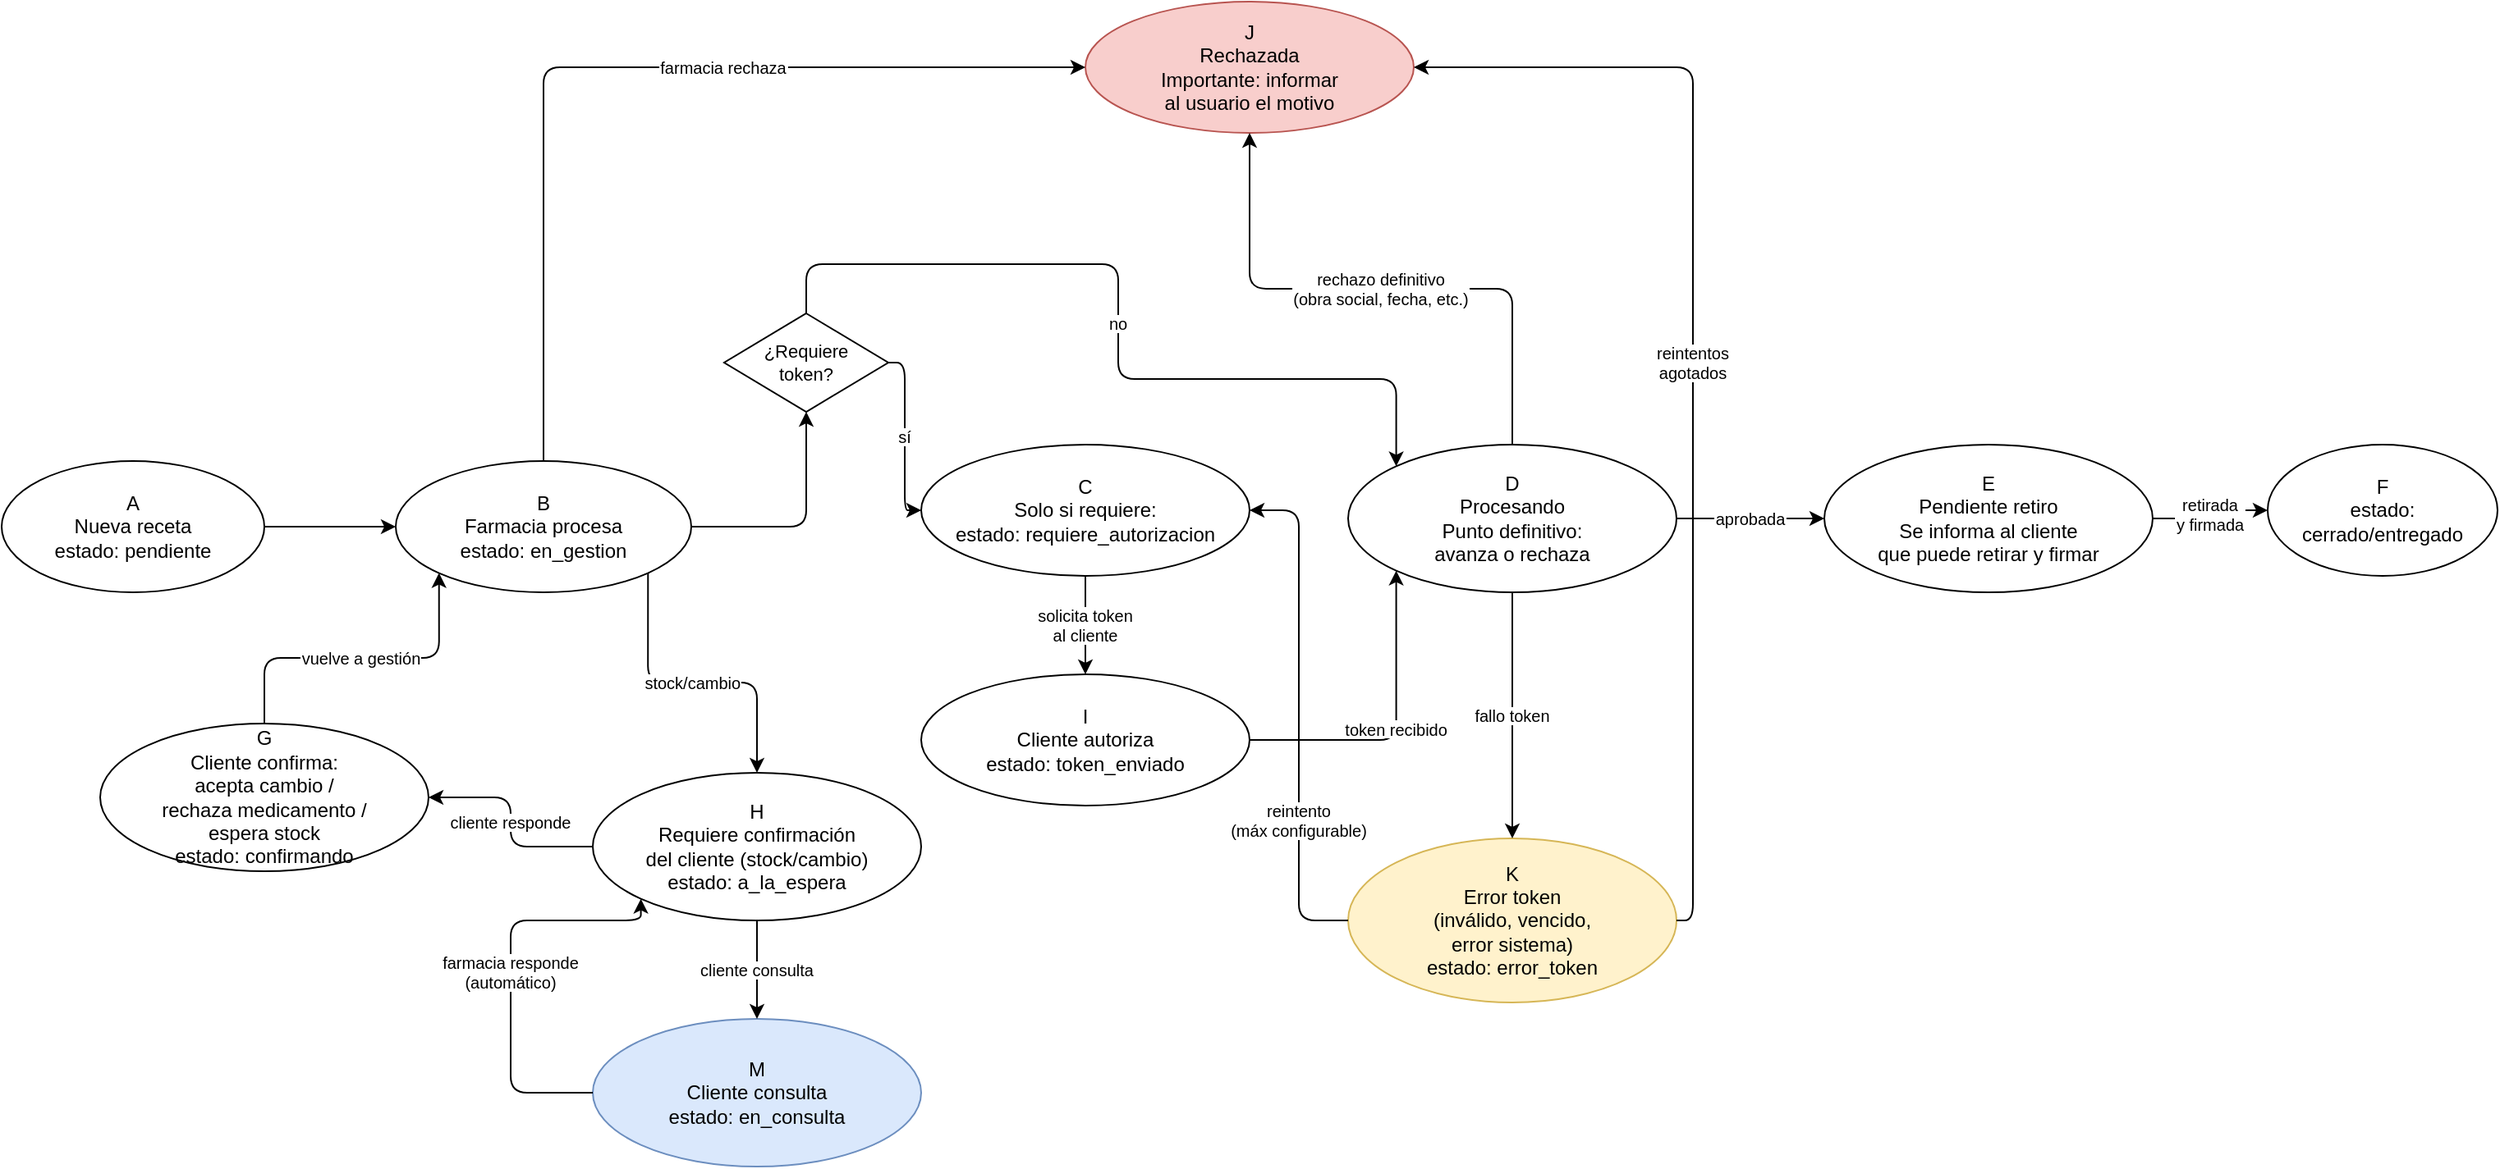
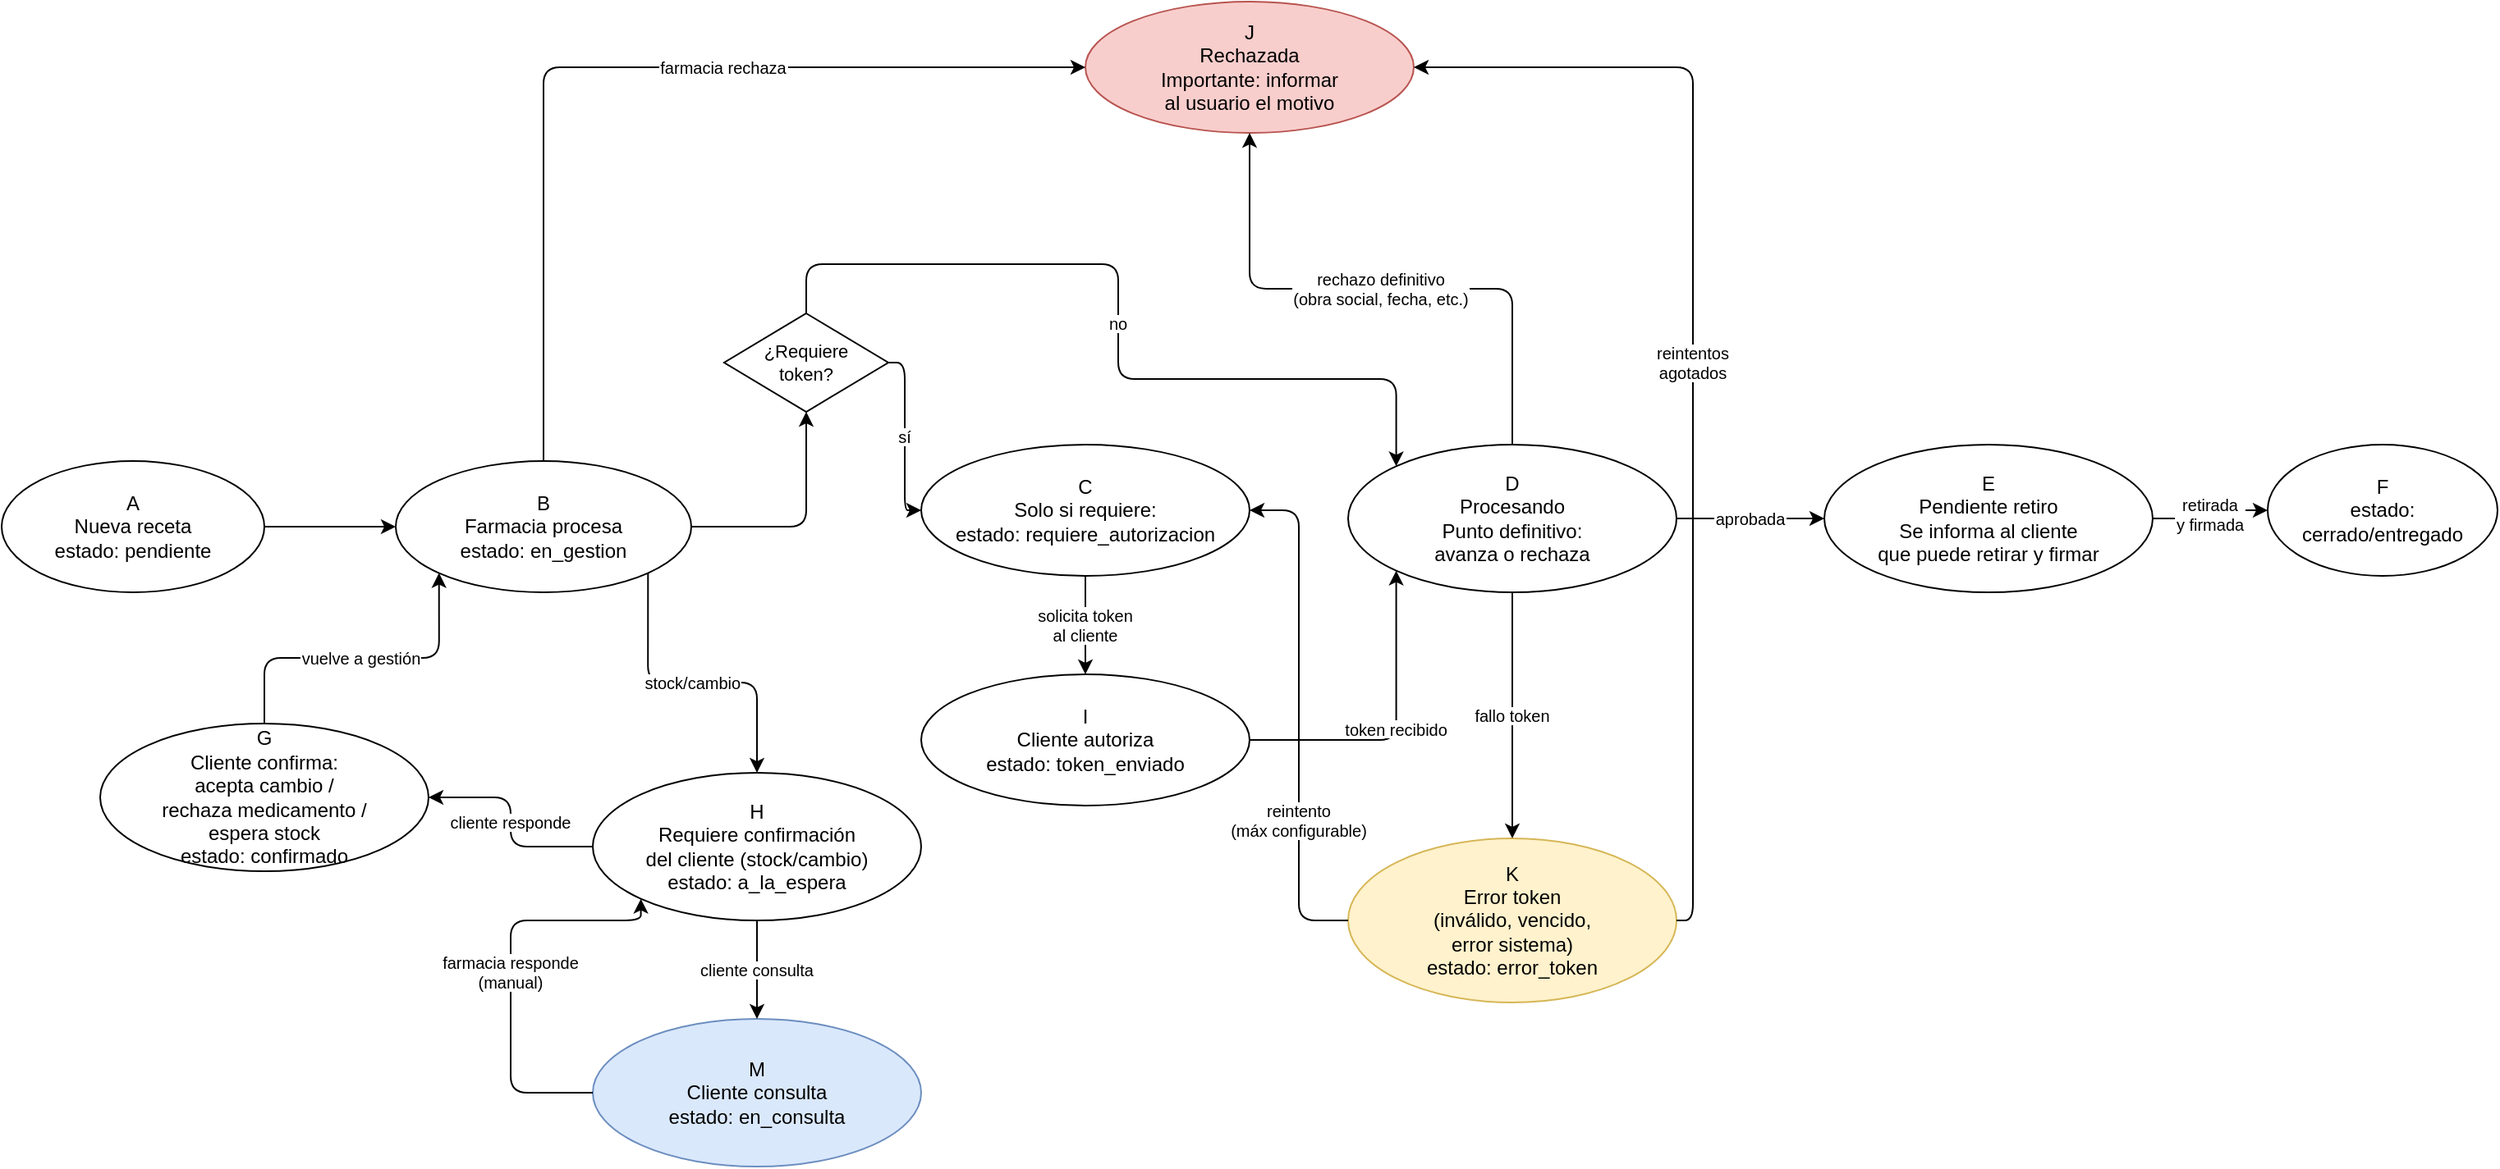
<mxfile host="Electron" agent="Mozilla/5.0 (Windows NT 10.0; Win64; x64) AppleWebKit/537.36 (KHTML, like Gecko) draw.io/26.0.9 Chrome/128.0.6613.186 Electron/32.2.5 Safari/537.36" version="26.0.9">
  <diagram id="flujo_receta" name="Flujo Receta Base">
    <mxGraphModel dx="1434" dy="844" grid="1" gridSize="10" guides="1" tooltips="1" connect="1" arrows="1" fold="1" page="1" pageScale="1" pageWidth="1600" pageHeight="900" math="0" shadow="0">
      <root>
        <mxCell id="0" />
        <mxCell id="1" parent="0" />
        <mxCell id="A" value="A&#xa;Nueva receta&#xa;estado: pendiente" style="ellipse;whiteSpace=wrap;html=1;fontSize=12;align=center;" parent="1" vertex="1">
          <mxGeometry x="40" y="360" width="160" height="80" as="geometry" />
        </mxCell>
        <mxCell id="B" value="B&#xa;Farmacia procesa&#xa;estado: en_gestion" style="ellipse;whiteSpace=wrap;html=1;fontSize=12;align=center;" parent="1" vertex="1">
          <mxGeometry x="280" y="360" width="180" height="80" as="geometry" />
        </mxCell>
        <mxCell id="C" value="C&#xa;Solo si requiere:&#xa;estado: requiere_autorizacion" style="ellipse;whiteSpace=wrap;html=1;fontSize=12;align=center;" parent="1" vertex="1">
          <mxGeometry x="600" y="350" width="200" height="80" as="geometry" />
        </mxCell>
        <mxCell id="I" value="I&#xa;Cliente autoriza&#xa;estado: token_enviado" style="ellipse;whiteSpace=wrap;html=1;fontSize=12;align=center;" parent="1" vertex="1">
          <mxGeometry x="600" y="490" width="200" height="80" as="geometry" />
        </mxCell>
        <mxCell id="D" value="D&#xa;Procesando&#xa;Punto definitivo:&#xa;avanza o rechaza" style="ellipse;whiteSpace=wrap;html=1;fontSize=12;align=center;" parent="1" vertex="1">
          <mxGeometry x="860" y="350" width="200" height="90" as="geometry" />
        </mxCell>
        <mxCell id="K" value="K&#xa;Error token&#xa;(inválido, vencido,&#xa;error sistema)&#xa;estado: error_token" style="ellipse;whiteSpace=wrap;html=1;fontSize=12;align=center;fillColor=#FFF2CC;strokeColor=#D6B656;" parent="1" vertex="1">
          <mxGeometry x="860" y="590" width="200" height="100" as="geometry" />
        </mxCell>
        <mxCell id="E" value="E&#xa;Pendiente retiro&#xa;Se informa al cliente&#xa;que puede retirar y firmar" style="ellipse;whiteSpace=wrap;html=1;fontSize=12;align=center;" parent="1" vertex="1">
          <mxGeometry x="1150" y="350" width="200" height="90" as="geometry" />
        </mxCell>
        <mxCell id="F" value="F&#xa;estado:&#xa;cerrado/entregado" style="ellipse;whiteSpace=wrap;html=1;fontSize=12;align=center;" parent="1" vertex="1">
          <mxGeometry x="1420" y="350" width="140" height="80" as="geometry" />
        </mxCell>
        <mxCell id="H" value="H&#xa;Requiere confirmación&#xa;del cliente (stock/cambio)&#xa;estado: a_la_espera" style="ellipse;whiteSpace=wrap;html=1;fontSize=12;align=center;" parent="1" vertex="1">
          <mxGeometry x="400" y="550" width="200" height="90" as="geometry" />
        </mxCell>
-         <mxCell id="G" value="G&#xa;Cliente confirma:&#xa;acepta cambio /&#xa;rechaza medicamento /&#xa;espera stock&#xa;estado: confirmando" style="ellipse;whiteSpace=wrap;html=1;fontSize=12;align=center;" parent="1" vertex="1">
+         <mxCell id="G" value="G&#xa;Cliente confirma:&#xa;acepta cambio /&#xa;rechaza medicamento /&#xa;espera stock&#xa;estado: confirmado" style="ellipse;whiteSpace=wrap;html=1;fontSize=12;align=center;" parent="1" vertex="1">
          <mxGeometry x="100" y="520" width="200" height="90" as="geometry" />
        </mxCell>
        <mxCell id="J" value="J&#xa;Rechazada&#xa;Importante: informar&#xa;al usuario el motivo" style="ellipse;whiteSpace=wrap;html=1;fontSize=12;align=center;fillColor=#F8CECC;strokeColor=#B85450;" parent="1" vertex="1">
          <mxGeometry x="700" y="80" width="200" height="80" as="geometry" />
        </mxCell>
        <mxCell id="edge_AB" style="edgeStyle=orthogonalEdgeStyle;rounded=1;" parent="1" source="A" target="B" edge="1">
          <mxGeometry relative="1" as="geometry" />
        </mxCell>
        <mxCell id="T" value="¿Requiere&#xa;token?" style="rhombus;whiteSpace=wrap;html=1;fontSize=11;align=center;" vertex="1" parent="1">
          <mxGeometry x="480" y="270" width="100" height="60" as="geometry" />
        </mxCell>
        <mxCell id="edge_BT" style="edgeStyle=orthogonalEdgeStyle;rounded=1;" edge="1" parent="1" source="B" target="T">
          <mxGeometry relative="1" as="geometry" />
        </mxCell>
        <mxCell id="edge_TC" value="sí" style="edgeStyle=orthogonalEdgeStyle;rounded=1;fontSize=10;entryX=0;entryY=0.5;entryDx=0;entryDy=0;" edge="1" parent="1" source="T" target="C">
          <mxGeometry relative="1" as="geometry" />
        </mxCell>
        <mxCell id="edge_TD" value="no" style="edgeStyle=orthogonalEdgeStyle;rounded=1;fontSize=10;entryX=0;entryY=0;entryDx=0;entryDy=0;exitX=0.5;exitY=0;exitDx=0;exitDy=0;" edge="1" parent="1" source="T" target="D">
          <mxGeometry relative="1" as="geometry">
            <Array as="points">
              <mxPoint x="530" y="240" />
              <mxPoint x="720" y="240" />
              <mxPoint x="720" y="310" />
              <mxPoint x="889" y="310" />
            </Array>
          </mxGeometry>
        </mxCell>
        <mxCell id="edge_CI" value="solicita token&#xa;al cliente" style="edgeStyle=orthogonalEdgeStyle;rounded=1;fontSize=10;exitX=0.5;exitY=1;exitDx=0;exitDy=0;" parent="1" source="C" target="I" edge="1">
          <mxGeometry relative="1" as="geometry" />
        </mxCell>
        <mxCell id="edge_ID" value="token recibido" style="edgeStyle=orthogonalEdgeStyle;rounded=1;fontSize=10;entryX=0;entryY=1;entryDx=0;entryDy=0;" parent="1" source="I" target="D" edge="1">
          <mxGeometry relative="1" as="geometry" />
        </mxCell>
        <mxCell id="edge_DE" value="aprobada" style="edgeStyle=orthogonalEdgeStyle;rounded=1;fontSize=10;" parent="1" source="D" target="E" edge="1">
          <mxGeometry relative="1" as="geometry" />
        </mxCell>
        <mxCell id="edge_EF" value="retirada&#xa;y firmada" style="edgeStyle=orthogonalEdgeStyle;rounded=1;fontSize=10;" parent="1" source="E" target="F" edge="1">
          <mxGeometry relative="1" as="geometry" />
        </mxCell>
        <mxCell id="edge_DK" value="fallo token" style="edgeStyle=orthogonalEdgeStyle;rounded=1;fontSize=10;" parent="1" source="D" target="K" edge="1">
          <mxGeometry relative="1" as="geometry" />
        </mxCell>
        <mxCell id="edge_KI" value="reintento&#xa;(máx configurable)" style="edgeStyle=orthogonalEdgeStyle;rounded=1;fontSize=10;entryX=1;entryY=0.5;entryDx=0;entryDy=0;" parent="1" source="K" target="C" edge="1">
          <mxGeometry x="-0.4194" relative="1" as="geometry">
            <mxPoint y="-1" as="offset" />
          </mxGeometry>
        </mxCell>
        <mxCell id="edge_KJ" value="reintentos&#xa;agotados" style="edgeStyle=orthogonalEdgeStyle;rounded=1;fontSize=10;entryX=1;entryY=0.5;entryDx=0;entryDy=0;exitX=1;exitY=0.5;exitDx=0;exitDy=0;" parent="1" source="K" target="J" edge="1">
          <mxGeometry relative="1" as="geometry">
            <mxPoint x="1039.9999307958237" y="680.0588235294117" as="sourcePoint" />
            <Array as="points">
              <mxPoint x="1070" y="640" />
              <mxPoint x="1070" y="120" />
            </Array>
          </mxGeometry>
        </mxCell>
        <mxCell id="edge_DJ" value="rechazo definitivo&#xa;(obra social, fecha, etc.)" style="edgeStyle=orthogonalEdgeStyle;rounded=1;fontSize=10;exitX=0.5;exitY=0;exitDx=0;exitDy=0;entryX=0.5;entryY=1;entryDx=0;entryDy=0;" parent="1" source="D" target="J" edge="1">
          <mxGeometry relative="1" as="geometry" />
        </mxCell>
        <mxCell id="edge_BH" value="stock/cambio" style="edgeStyle=orthogonalEdgeStyle;rounded=1;fontSize=10;exitX=1;exitY=1;exitDx=0;exitDy=0;" parent="1" source="B" target="H" edge="1">
          <mxGeometry relative="1" as="geometry" />
        </mxCell>
        <mxCell id="edge_HG" value="cliente responde" style="edgeStyle=orthogonalEdgeStyle;rounded=1;fontSize=10;" parent="1" source="H" target="G" edge="1">
          <mxGeometry relative="1" as="geometry" />
        </mxCell>
        <mxCell id="edge_GB" value="vuelve a gestión" style="edgeStyle=orthogonalEdgeStyle;rounded=1;fontSize=10;entryX=0;entryY=1;entryDx=0;entryDy=0;" parent="1" source="G" target="B" edge="1">
          <mxGeometry relative="1" as="geometry" />
        </mxCell>
        <mxCell id="edge_BJ" value="farmacia rechaza" style="edgeStyle=orthogonalEdgeStyle;rounded=1;fontSize=10;entryX=0;entryY=0.5;entryDx=0;entryDy=0;exitX=0.5;exitY=0;exitDx=0;exitDy=0;" parent="1" source="B" target="J" edge="1">
          <mxGeometry x="0.2257" relative="1" as="geometry">
            <mxPoint x="350" y="390" as="sourcePoint" />
            <Array as="points">
              <mxPoint x="370" y="120" />
            </Array>
            <mxPoint as="offset" />
          </mxGeometry>
        </mxCell>
        <mxCell id="M" value="M&#xa;Cliente consulta&#xa;estado: en_consulta" style="ellipse;whiteSpace=wrap;html=1;fontSize=12;align=center;fillColor=#dae8fc;strokeColor=#6c8ebf;" parent="1" vertex="1">
          <mxGeometry x="400" y="700" width="200" height="90" as="geometry" />
        </mxCell>
        <mxCell id="edge_HM" value="cliente consulta" style="edgeStyle=orthogonalEdgeStyle;rounded=1;fontSize=10;exitX=0.5;exitY=1;exitDx=0;exitDy=0;entryX=0.5;entryY=0;entryDx=0;entryDy=0;" parent="1" source="H" target="M" edge="1">
          <mxGeometry relative="1" as="geometry" />
        </mxCell>
-         <mxCell id="edge_MH" value="farmacia responde&#xa;(automático)" style="edgeStyle=orthogonalEdgeStyle;rounded=1;fontSize=10;exitX=0;exitY=0.5;exitDx=0;exitDy=0;entryX=0;entryY=1;entryDx=0;entryDy=0;" parent="1" source="M" target="H" edge="1">
+         <mxCell id="edge_MH" value="farmacia responde&#xa;(manual)" style="edgeStyle=orthogonalEdgeStyle;rounded=1;fontSize=10;exitX=0;exitY=0.5;exitDx=0;exitDy=0;entryX=0;entryY=1;entryDx=0;entryDy=0;" parent="1" source="M" target="H" edge="1">
          <mxGeometry relative="1" as="geometry">
            <Array as="points">
              <mxPoint x="350" y="745" />
              <mxPoint x="350" y="640" />
            </Array>
          </mxGeometry>
        </mxCell>
      </root>
    </mxGraphModel>
  </diagram>
</mxfile>
